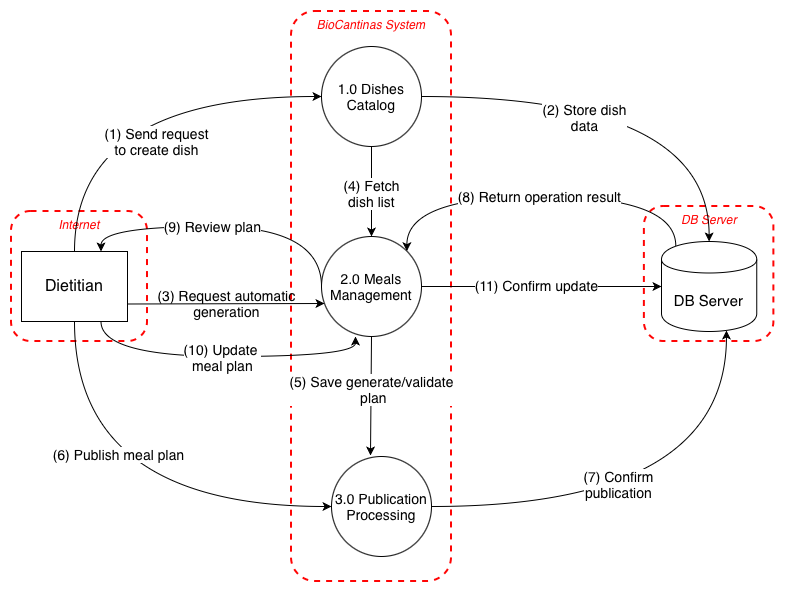
Before: Deliverables/phase1/diagrams/DFD/Meals Planning/MealsPlanning_level1.png, a diagram exported from draw.io (mei-desofs/desofs2026-thu_ffs_1). Source tidied: cells renumbered, new cells last; positions are measured from the earlier drawing's top-left corner, leaving out a move shared by most shapes.
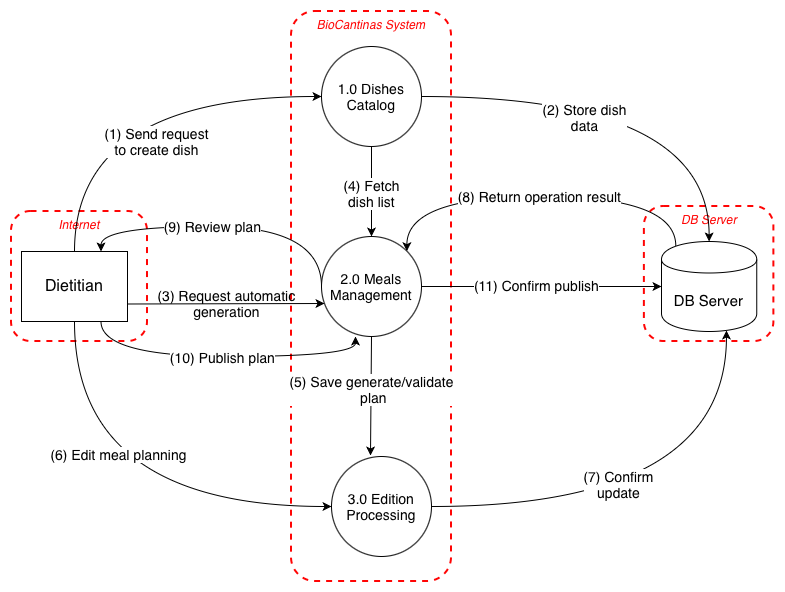
Above is the later version.

The edit, as a diff of the source:
```diff
@@ -20,7 +20,7 @@
     <mxCell id="7" style="edgeStyle=orthogonalEdgeStyle;rounded=0;jettySize=auto;html=1;exitX=0.5;exitY=1;exitDx=0;exitDy=0;entryX=0;entryY=0.5;entryDx=0;entryDy=0;curved=1;" parent="1" edge="1" source="9" target="23">
       <mxGeometry relative="1" as="geometry" />
     </mxCell>
-    <mxCell id="8" value="(6) Publish meal plan" style="edgeLabel;html=1;align=center;verticalAlign=middle;fontSize=14;" parent="7" vertex="1">
+    <mxCell id="8" value="(6) Edit meal planning" style="edgeLabel;html=1;align=center;verticalAlign=middle;fontSize=14;" parent="7" vertex="1">
       <mxGeometry x="-0.08" y="2" relative="1" as="geometry">
         <mxPoint x="25" y="-51" as="offset" />
       </mxGeometry>
@@ -75,19 +75,19 @@
     <mxCell id="20" style="edgeStyle=orthogonalEdgeStyle;rounded=0;jettySize=auto;html=1;exitX=1;exitY=0.5;exitDx=0;exitDy=0;entryX=0;entryY=0.5;entryDx=0;entryDy=0;" parent="1" edge="1" source="22" target="12">
       <mxGeometry relative="1" as="geometry" />
     </mxCell>
-    <mxCell id="21" value="(11) Confirm update" style="edgeLabel;html=1;align=center;verticalAlign=middle;fontSize=14;" parent="20" vertex="1">
+    <mxCell id="21" value="(11) Confirm publish" style="edgeLabel;html=1;align=center;verticalAlign=middle;fontSize=14;" parent="20" vertex="1">
       <mxGeometry x="-0.05" y="2" relative="1" as="geometry" />
     </mxCell>
     <mxCell id="22" value="2.0 Meals Management" style="ellipse;whiteSpace=wrap;html=1;fontSize=14;" parent="1" vertex="1">
       <mxGeometry x="310" y="225" width="100" height="100" as="geometry" />
     </mxCell>
-    <mxCell id="23" value="3.0 Publication&lt;div&gt;Processing&lt;/div&gt;" style="ellipse;whiteSpace=wrap;html=1;fontSize=14;" parent="1" vertex="1">
+    <mxCell id="23" value="3.0 Edition&lt;div&gt;Processing&lt;/div&gt;" style="ellipse;whiteSpace=wrap;html=1;fontSize=14;" parent="1" vertex="1">
       <mxGeometry x="320" y="445" width="100" height="100" as="geometry" />
     </mxCell>
     <mxCell id="24" style="edgeStyle=orthogonalEdgeStyle;rounded=0;jettySize=auto;html=1;exitX=1;exitY=0.5;exitDx=0;exitDy=0;entryX=0.682;entryY=0.989;entryDx=0;entryDy=0;entryPerimeter=0;curved=1;" parent="1" edge="1" source="23" target="12">
       <mxGeometry relative="1" as="geometry" />
     </mxCell>
-    <mxCell id="25" value="(7) Confirm&lt;div&gt;publication&lt;/div&gt;" style="edgeLabel;html=1;align=center;verticalAlign=middle;fontSize=14;" parent="24" vertex="1">
+    <mxCell id="25" value="(7) Confirm&lt;div&gt;update&lt;/div&gt;" style="edgeLabel;html=1;align=center;verticalAlign=middle;fontSize=14;" parent="24" vertex="1">
       <mxGeometry x="-0.21" y="23" relative="1" as="geometry" />
     </mxCell>
     <mxCell id="26" style="rounded=0;jettySize=auto;html=1;exitX=0.5;exitY=1;exitDx=0;exitDy=0;entryX=0.39;entryY=-0.01;entryDx=0;entryDy=0;entryPerimeter=0;" parent="1" edge="1" source="22" target="23">
@@ -107,7 +107,7 @@
         </Array>
       </mxGeometry>
     </mxCell>
-    <mxCell id="30" value="(10) Update&amp;nbsp;&lt;div&gt;meal plan&lt;/div&gt;" style="edgeLabel;html=1;align=center;verticalAlign=middle;fontSize=14;" parent="29" vertex="1">
+    <mxCell id="30" value="(10) Publish plan" style="edgeLabel;html=1;align=center;verticalAlign=middle;fontSize=14;" parent="29" vertex="1">
       <mxGeometry x="0.08" y="-1" relative="1" as="geometry">
         <mxPoint x="-12" y="-1" as="offset" />
       </mxGeometry>
```
